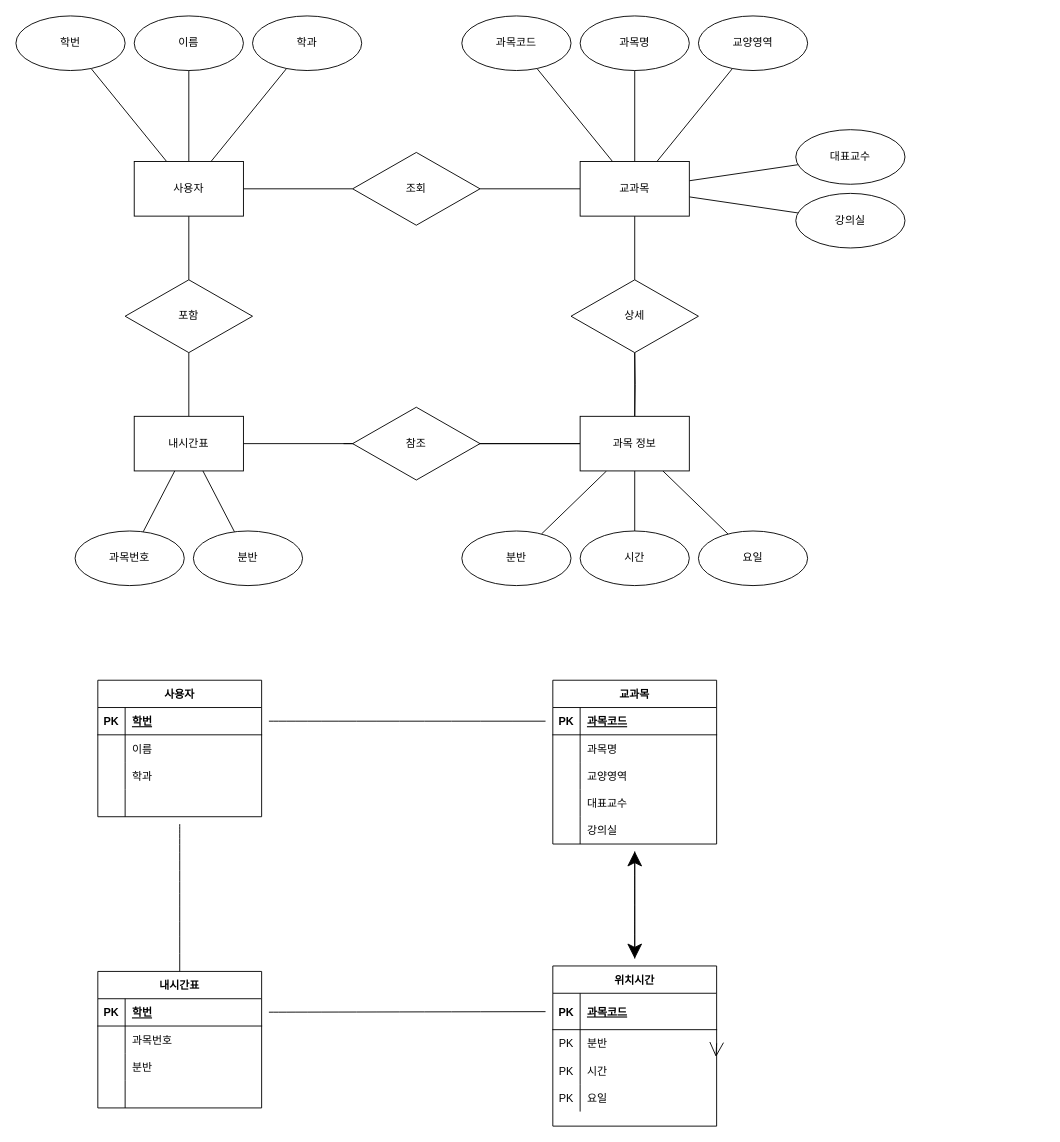
Skoooo/webmafia keeps this draw.io diagram as Untitled Diagram.drawio. Above is the earlier version. Source tidied: cells renumbered, new cells numbered last; positions are measured from the earlier drawing's top-left corner, leaving out a move shared by most shapes. Both pictures are drawn from the tidied source at 91%, with x=0, y=0 at pixel (15, 15).
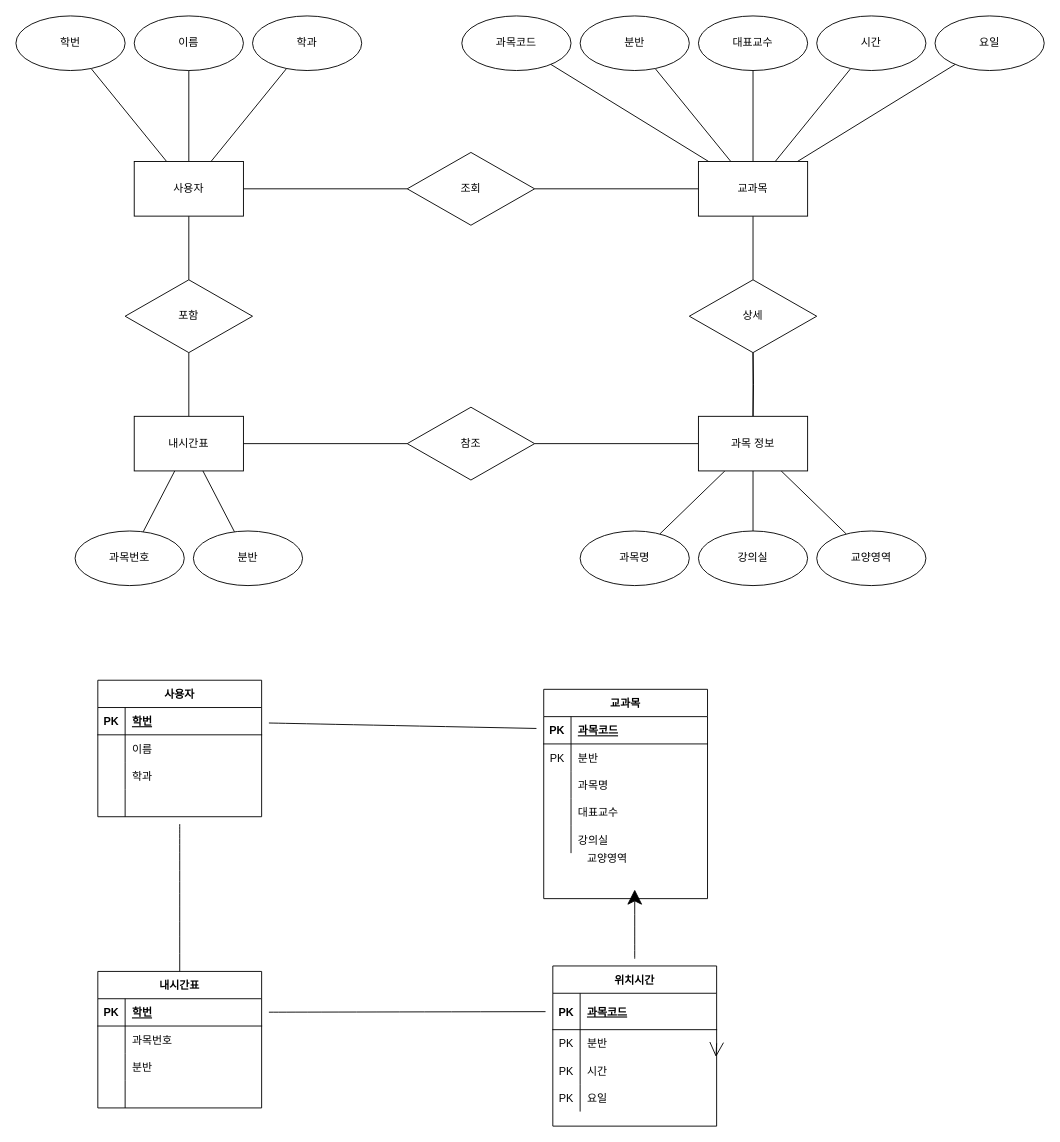
The same diagram, later.

Unchanged cells that the change refers to:
```xml
<mxCell id="66" style="shape=partialRectangle;fillColor=none;top=0;left=0;bottom=0;right=0;" parent="62" vertex="1">
  <mxGeometry y="60" width="180" height="30" as="geometry" />
</mxCell>
<mxCell id="69" style="shape=partialRectangle;fillColor=none;top=0;left=0;bottom=0;right=0;" parent="62" vertex="1">
  <mxGeometry y="90" width="180" height="30" as="geometry" />
</mxCell>
<mxCell id="75" style="shape=partialRectangle;fillColor=none;top=0;left=0;bottom=0;right=0;points=[[0,0.5],[1,0.5]];portConstraint=eastwest;" parent="62" vertex="1">
  <mxGeometry y="150" width="180" height="30" as="geometry" />
</mxCell>
<mxCell id="92" value="위치시간" style="shape=table;startSize=30;childLayout=tableLayout;rowLines=0;fontStyle=1;align=center;hachureGap=4;strokeColor=default;" parent="1" vertex="1">
  <mxGeometry x="590" y="1044" width="180" height="176" as="geometry" />
</mxCell>
```

Diff of the diagram source:
```diff
@@
-    <mxCell id="2" style="rounded=0;jettySize=auto;html=1;endArrow=none;endFill=0;" parent="1" edge="1" source="27" target="4">
+    <mxCell id="2" style="rounded=0;jettySize=auto;html=1;endArrow=none;endFill=0;" parent="1" edge="1" source="36" target="4">
       <mxGeometry relative="1" as="geometry" />
     </mxCell>
-    <mxCell id="3" style="edgeStyle=none;rounded=0;jettySize=auto;html=1;endArrow=none;endFill=0;" parent="1" edge="1" source="36" target="12">
+    <mxCell id="3" style="edgeStyle=none;rounded=0;jettySize=auto;html=1;endArrow=none;endFill=0;" parent="1" edge="1" source="27" target="12">
       <mxGeometry relative="1" as="geometry" />
     </mxCell>
     <mxCell id="4" value="강의실" style="ellipse;whiteSpace=wrap;html=1;rounded=0;" parent="1" vertex="1">
-      <mxGeometry x="857" y="195" width="120" height="60" as="geometry" />
+      <mxGeometry x="750" y="566" width="120" height="60" as="geometry" />
     </mxCell>
@@
     <mxCell id="12" value="요일" style="ellipse;whiteSpace=wrap;html=1;rounded=0;" parent="1" vertex="1">
-      <mxGeometry x="750" y="566" width="120" height="60" as="geometry" />
+      <mxGeometry x="1010" width="120" height="60" as="geometry" />
     </mxCell>
     <mxCell id="13" style="edgeStyle=orthogonalEdgeStyle;rounded=0;jettySize=auto;html=1;endArrow=none;endFill=0;" parent="1" edge="1" target="37">
       <mxGeometry relative="1" as="geometry">
-        <mxPoint x="680" y="440" as="sourcePoint" />
+        <mxPoint x="810" y="440" as="sourcePoint" />
       </mxGeometry>
     </mxCell>
-    <mxCell id="14" style="edgeStyle=none;rounded=0;jettySize=auto;html=1;endArrow=none;endFill=0;" parent="1" edge="1" target="46">
-      <mxGeometry relative="1" as="geometry">
-        <mxPoint x="620" y="470" as="sourcePoint" />
-      </mxGeometry>
+    <mxCell id="14" style="edgeStyle=none;rounded=0;jettySize=auto;html=1;endArrow=none;endFill=0;" parent="1" edge="1" source="36" target="46">
+      <mxGeometry relative="1" as="geometry" />
     </mxCell>
     <mxCell id="15" style="edgeStyle=none;rounded=0;orthogonalLoop=1;jettySize=auto;html=1;exitX=0.5;exitY=1;exitDx=0;exitDy=0;" parent="1" edge="1">
       <mxGeometry relative="1" as="geometry">
-        <mxPoint x="680" y="500" as="sourcePoint" />
-        <mxPoint x="680" y="500" as="targetPoint" />
+        <mxPoint x="810" y="500" as="sourcePoint" />
+        <mxPoint x="810" y="500" as="targetPoint" />
       </mxGeometry>
     </mxCell>
-    <mxCell id="16" style="rounded=0;jettySize=auto;html=1;endArrow=none;endFill=0;" parent="1" edge="1" source="27" target="18">
+    <mxCell id="16" style="rounded=0;jettySize=auto;html=1;endArrow=none;endFill=0;" parent="1" edge="1" source="36" target="18">
       <mxGeometry relative="1" as="geometry" />
     </mxCell>
@@
     <mxCell id="18" value="과목명" style="ellipse;whiteSpace=wrap;html=1;rounded=0;" parent="1" vertex="1">
-      <mxGeometry x="620" width="120" height="60" as="geometry" />
+      <mxGeometry x="620" y="566" width="120" height="60" as="geometry" />
     </mxCell>
@@
-    <mxCell id="20" style="rounded=0;jettySize=auto;html=1;endArrow=none;endFill=0;" parent="1" edge="1" source="21" target="36">
+    <mxCell id="20" style="rounded=0;jettySize=auto;html=1;endArrow=none;endFill=0;" parent="1" edge="1" source="21" target="27">
       <mxGeometry relative="1" as="geometry" />
     </mxCell>
     <mxCell id="21" value="분반" style="ellipse;whiteSpace=wrap;html=1;rounded=0;" parent="1" vertex="1">
-      <mxGeometry x="490" y="566" width="120" height="60" as="geometry" />
+      <mxGeometry x="620" width="120" height="60" as="geometry" />
     </mxCell>
@@
-    <mxCell id="23" style="edgeStyle=none;rounded=0;jettySize=auto;html=1;endArrow=none;endFill=0;" parent="1" edge="1" source="27" target="30">
+    <mxCell id="23" style="edgeStyle=none;rounded=0;jettySize=auto;html=1;endArrow=none;endFill=0;" parent="1" edge="1" source="36" target="30">
       <mxGeometry relative="1" as="geometry" />
     </mxCell>
-    <mxCell id="24" style="edgeStyle=none;rounded=0;jettySize=auto;html=1;endArrow=none;endFill=0;" parent="1" edge="1" source="36" target="31">
+    <mxCell id="24" style="edgeStyle=none;rounded=0;jettySize=auto;html=1;endArrow=none;endFill=0;" parent="1" edge="1" source="27" target="31">
       <mxGeometry relative="1" as="geometry" />
     </mxCell>
@@
     <mxCell id="27" value="교과목" style="rounded=0;whiteSpace=wrap;html=1;" parent="1" vertex="1">
-      <mxGeometry x="620" y="160" width="120" height="60" as="geometry" />
+      <mxGeometry x="750" y="160" width="120" height="60" as="geometry" />
     </mxCell>
@@
     <mxCell id="29" value="대표교수" style="ellipse;whiteSpace=wrap;html=1;rounded=0;" parent="1" vertex="1">
-      <mxGeometry x="857" y="125" width="120" height="60" as="geometry" />
+      <mxGeometry x="750" width="120" height="60" as="geometry" />
     </mxCell>
     <mxCell id="30" value="교양영역" style="ellipse;whiteSpace=wrap;html=1;rounded=0;" parent="1" vertex="1">
-      <mxGeometry x="750" width="120" height="60" as="geometry" />
+      <mxGeometry x="880" y="566" width="120" height="60" as="geometry" />
     </mxCell>
     <mxCell id="31" value="시간" style="ellipse;whiteSpace=wrap;html=1;rounded=0;" parent="1" vertex="1">
-      <mxGeometry x="620" y="566" width="120" height="60" as="geometry" />
+      <mxGeometry x="880" width="120" height="60" as="geometry" />
     </mxCell>
     <mxCell id="32" value="조회" style="rhombus;whiteSpace=wrap;html=1;rounded=0;" parent="1" vertex="1">
-      <mxGeometry x="370" y="150" width="140" height="80" as="geometry" />
+      <mxGeometry x="430" y="150" width="140" height="80" as="geometry" />
     </mxCell>
@@
-    <mxCell id="34" style="edgeStyle=orthogonalEdgeStyle;rounded=0;jettySize=auto;html=1;endArrow=none;endFill=0;" parent="1" edge="1" source="36">
-      <mxGeometry relative="1" as="geometry">
-        <mxPoint x="360" y="470" as="targetPoint" />
-      </mxGeometry>
-    </mxCell>
@@
     <mxCell id="36" value="과목 정보" style="rounded=0;whiteSpace=wrap;html=1;" parent="1" vertex="1">
-      <mxGeometry x="620" y="440" width="120" height="60" as="geometry" />
+      <mxGeometry x="750" y="440" width="120" height="60" as="geometry" />
     </mxCell>
     <mxCell id="37" value="상세" style="rhombus;whiteSpace=wrap;html=1;" parent="1" vertex="1">
-      <mxGeometry x="610" y="290" width="140" height="80" as="geometry" />
+      <mxGeometry x="740" y="290" width="140" height="80" as="geometry" />
     </mxCell>
@@
     <mxCell id="46" value="참조" style="rhombus;whiteSpace=wrap;html=1;" parent="1" vertex="1">
-      <mxGeometry x="370" y="430" width="140" height="80" as="geometry" />
+      <mxGeometry x="430" y="430" width="140" height="80" as="geometry" />
     </mxCell>
@@
     <mxCell id="62" value="교과목" style="shape=table;startSize=30;childLayout=tableLayout;rowLines=0;fontStyle=1;align=center;hachureGap=4;" parent="1" vertex="1">
-      <mxGeometry x="590" y="730" width="180" height="180" as="geometry" />
+      <mxGeometry x="580" y="740" width="180" height="230" as="geometry" />
     </mxCell>
@@
-    <mxCell id="67" style="shape=partialRectangle;fillColor=none;top=0;left=0;bottom=0;right=0;overflow=hidden;" parent="66" vertex="1">
+    <mxCell id="67" value="PK" style="shape=partialRectangle;fillColor=none;top=0;left=0;bottom=0;right=0;overflow=hidden;" parent="66" vertex="1">
       <mxGeometry width="30" height="30" as="geometry" />
     </mxCell>
-    <mxCell id="68" value="과목명" style="shape=partialRectangle;fillColor=none;top=0;left=0;bottom=0;right=0;align=left;spacingLeft=6;overflow=hidden;" parent="66" vertex="1">
+    <mxCell id="68" value="분반" style="shape=partialRectangle;fillColor=none;top=0;left=0;bottom=0;right=0;align=left;spacingLeft=6;overflow=hidden;" parent="66" vertex="1">
       <mxGeometry x="30" width="150" height="30" as="geometry" />
     </mxCell>
@@
-    <mxCell id="71" value="교양영역" style="shape=partialRectangle;fillColor=none;top=0;left=0;bottom=0;right=0;align=left;spacingLeft=6;overflow=hidden;" parent="69" vertex="1">
+    <mxCell id="71" value="과목명" style="shape=partialRectangle;fillColor=none;top=0;left=0;bottom=0;right=0;align=left;spacingLeft=6;overflow=hidden;" parent="69" vertex="1">
       <mxGeometry x="30" width="150" height="30" as="geometry" />
     </mxCell>
@@
-    <mxCell id="91" style="edgeStyle=none;curved=1;rounded=0;jettySize=auto;html=1;endArrow=classic;endFill=1;startSize=14;endSize=14;sourcePerimeterSpacing=8;targetPerimeterSpacing=8;" parent="1" edge="1" source="92" target="75">
-      <mxGeometry relative="1" as="geometry" />
+    <mxCell id="91" style="edgeStyle=none;curved=1;rounded=0;jettySize=auto;html=1;endArrow=classic;endFill=1;startSize=14;endSize=14;sourcePerimeterSpacing=8;targetPerimeterSpacing=8;" parent="1" edge="1" source="92">
+      <mxGeometry relative="1" as="geometry">
+        <mxPoint x="680" y="960" as="targetPoint" />
+      </mxGeometry>
     </mxCell>
@@
-    <mxCell id="108" style="edgeStyle=none;curved=1;rounded=0;jettySize=auto;html=1;endArrow=classic;endFill=1;startSize=14;endSize=14;sourcePerimeterSpacing=8;targetPerimeterSpacing=8;" parent="1" edge="1" source="75" target="92">
-      <mxGeometry relative="1" as="geometry" />
-    </mxCell>
@@
+    <mxCell id="111" value="교양영역" style="shape=partialRectangle;fillColor=none;top=0;left=0;bottom=0;right=0;align=left;spacingLeft=6;overflow=hidden;" parent="1" vertex="1">
+      <mxGeometry x="620" y="910" width="150" height="30" as="geometry" />
+    </mxCell>
```
